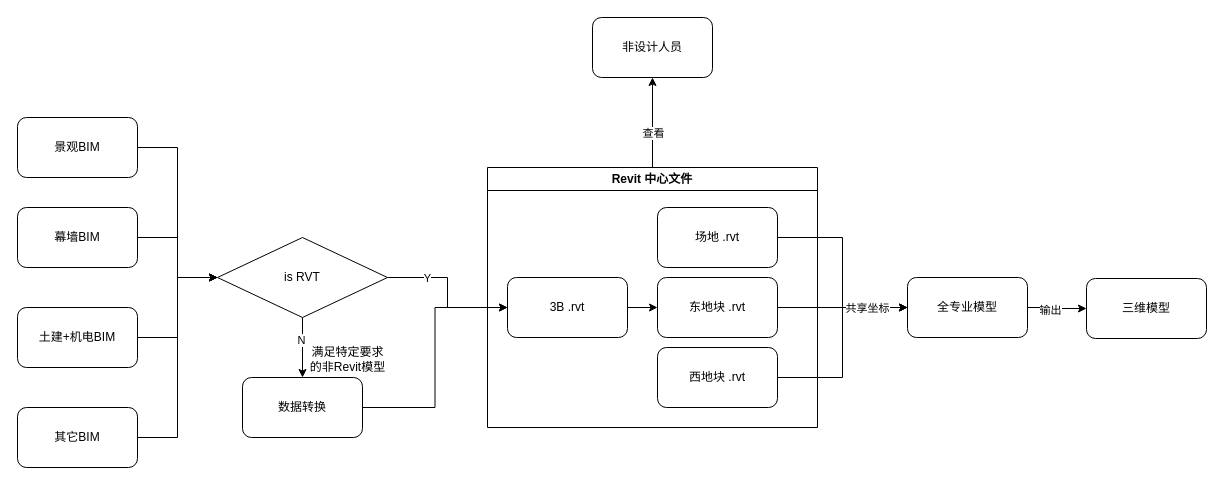
gaochaowyq/MinderGraph keeps this draw.io diagram as 未命名绘图.drawio. Above is the earlier version. Source tidied: cells renumbered, new cells numbered last; positions are measured from the earlier drawing's top-left corner, leaving out a move shared by most shapes. Both pictures are drawn from the tidied source at 100%, with x=0, y=0 at pixel (17, 17).
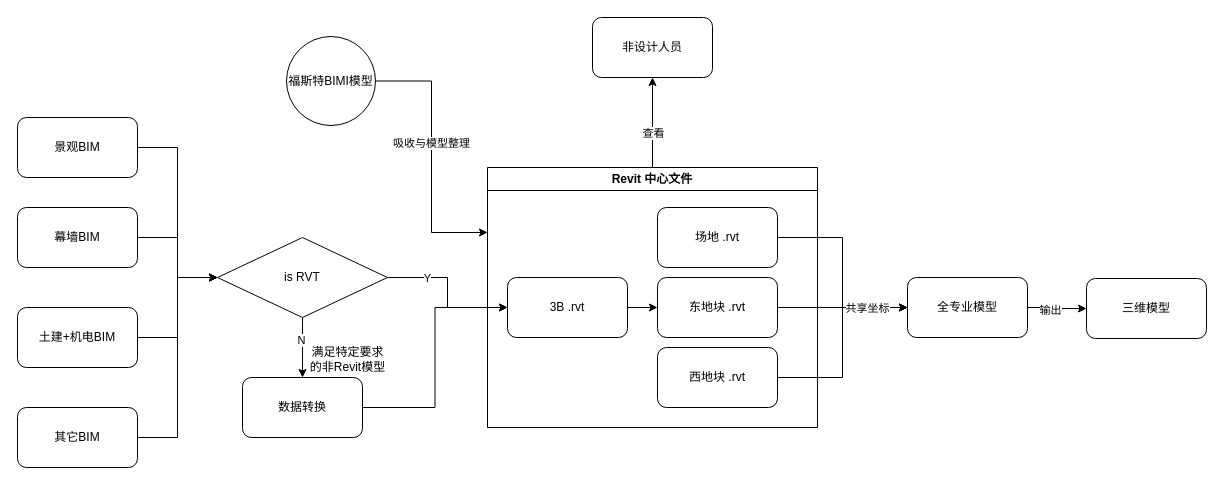
The same page after the edit.

The change refers to these unchanged cells:
```xml
<mxCell id="4" value="Revit 中心文件" style="swimlane;whiteSpace=wrap;html=1;" parent="1" vertex="1">
  <mxGeometry x="470" y="150" width="330" height="260" as="geometry" />
</mxCell>
```

Change to the diagram source:
```diff
@@
+    <mxCell id="35" style="edgeStyle=orthogonalEdgeStyle;rounded=0;jettySize=auto;html=1;entryX=0;entryY=0.25;entryDx=0;entryDy=0;" parent="1" edge="1" source="37" target="4">
+      <mxGeometry relative="1" as="geometry" />
+    </mxCell>
+    <mxCell id="36" value="吸收与模型整理" style="edgeLabel;html=1;align=center;verticalAlign=middle;" parent="35" vertex="1">
+      <mxGeometry x="-0.11" y="-1" relative="1" as="geometry">
+        <mxPoint y="1" as="offset" />
+      </mxGeometry>
+    </mxCell>
+    <mxCell id="37" value="福斯特BIMI模型" style="ellipse;whiteSpace=wrap;html=1;" parent="1" vertex="1">
+      <mxGeometry x="269" y="19" width="89" height="89" as="geometry" />
+    </mxCell>
```
